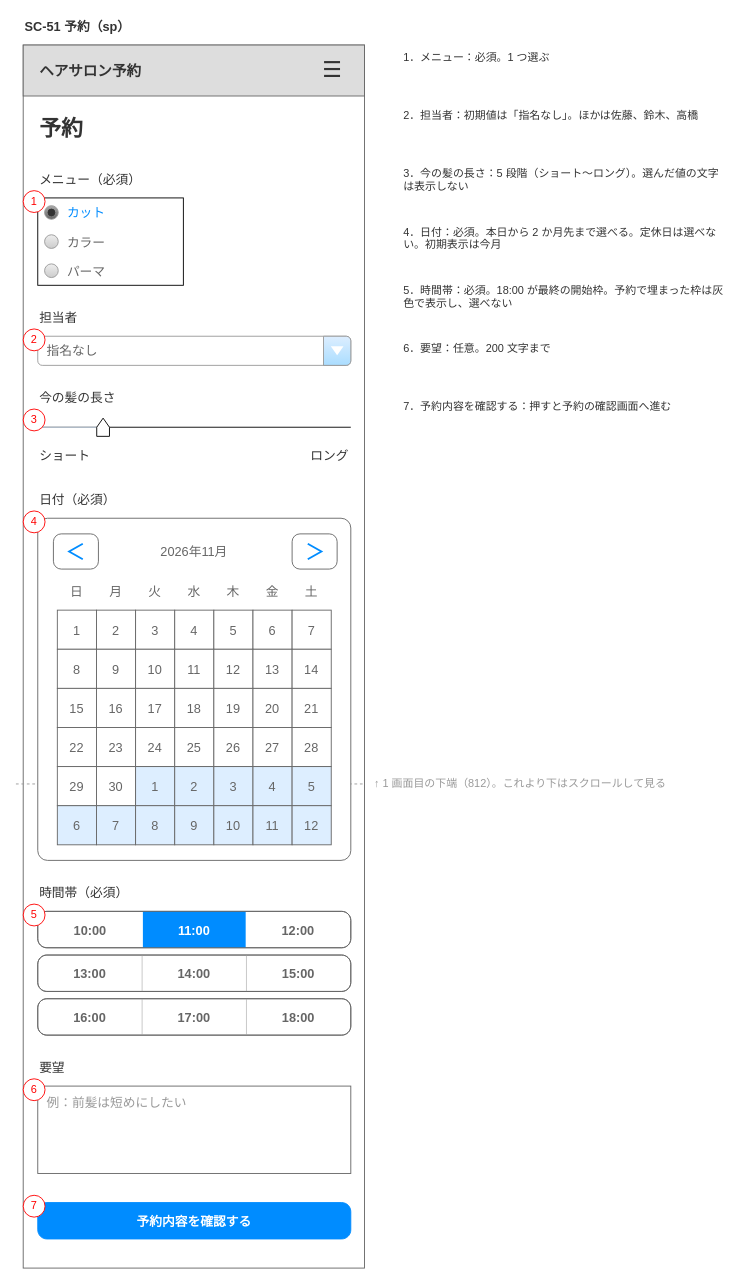
Earlier version of the draw.io diagram page "sp" (2 of 2) of outputs/wireframes/drawio/wf-sc51-reserve.drawio (hiroshees/drawio-design-kit). Source tidied: cells renumbered, new cells numbered last; positions are measured from the earlier drawing's top-left corner, leaving out a move shared by most shapes. Both pictures are drawn from the tidied source at 91%, with x=0, y=0 at pixel (15, 15).
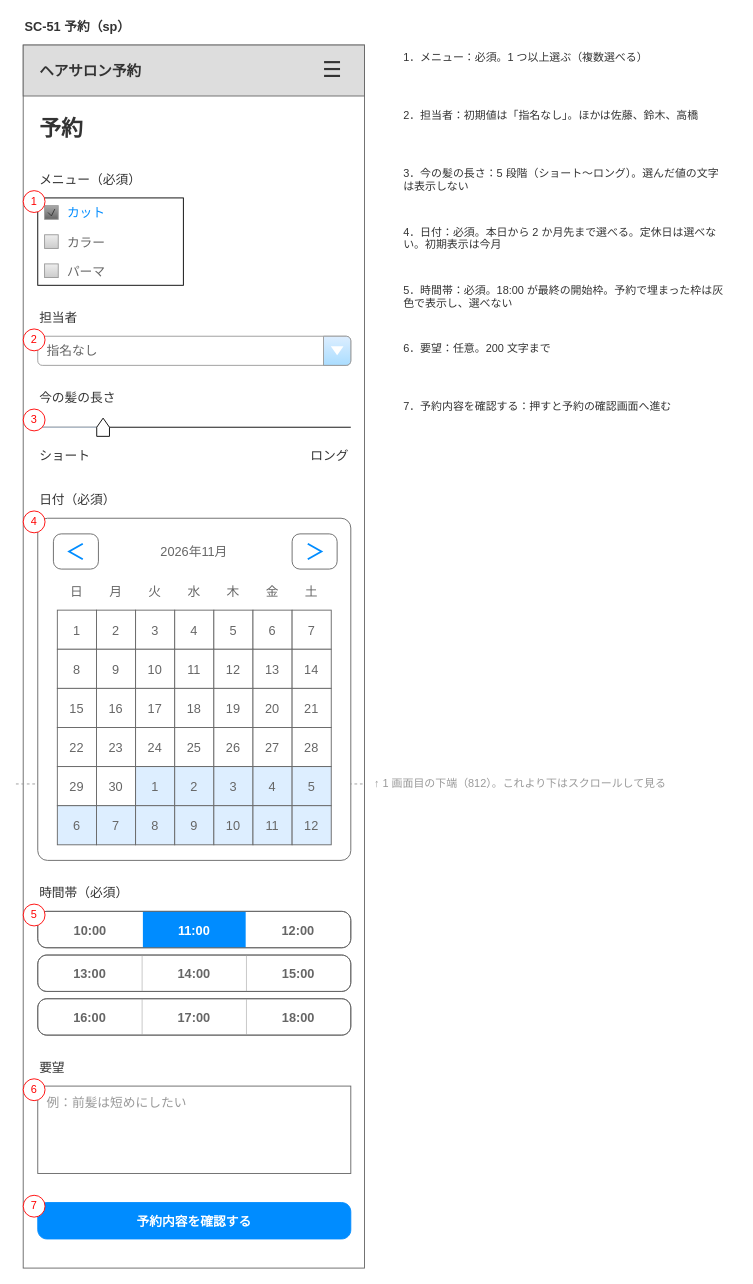
The same diagram, later.

Change to the diagram source:
```diff
@@
-    <mxCell id="13" style="shape=mxgraph.mockup.forms.radioGroup;html=1;whiteSpace=wrap;mainText=+カット,カラー,パーマ;textSize=14;" parent="2" vertex="1">
+    <mxCell id="13" style="shape=mxgraph.mockup.forms.checkboxGroup;html=1;whiteSpace=wrap;mainText=+カット,カラー,パーマ;textSize=14;" parent="2" vertex="1">
       <mxGeometry x="24" y="200" width="160" height="96" as="geometry" />
     </mxCell>
@@
-    <mxCell id="30" value="1．メニュー：必須。1 つ選ぶ" style="text;html=1;whiteSpace=wrap;align=left;verticalAlign=top;fontSize=12;fontColor=#333333;" parent="3" vertex="1">
+    <mxCell id="30" value="1．メニュー：必須。1 つ以上選ぶ（複数選べる）" style="text;html=1;whiteSpace=wrap;align=left;verticalAlign=top;fontSize=12;fontColor=#333333;" parent="3" vertex="1">
       <mxGeometry x="424" y="32" width="360" height="56" as="geometry" />
     </mxCell>
```
